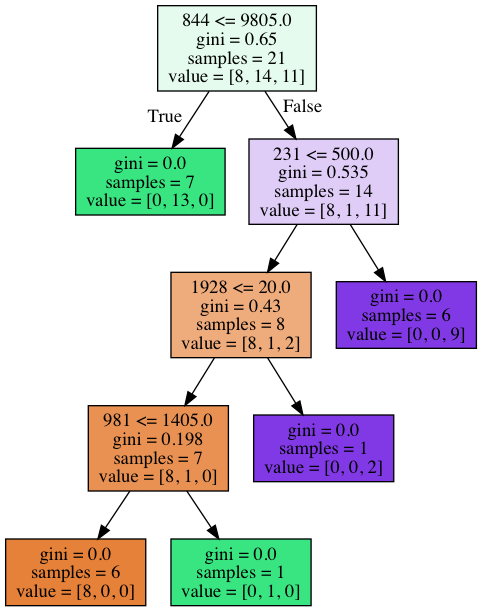
Above: analysis/ec2/1_outputs/rf_trees/tree_8.png in swkang73/ecig (Graphviz), before the change. Its source is kept beside it as analysis/ec2/1_outputs/rf_trees/tree_8.dot. Its diagram source:
```dot
digraph Tree {
node [shape=box, style="filled", color="black"] ;
0 [label="844 <= 9805.0\ngini = 0.65\nsamples = 21\nvalue = [8, 14, 11]", fillcolor="#39e58123"] ;
1 [label="gini = 0.0\nsamples = 7\nvalue = [0, 13, 0]", fillcolor="#39e581ff"] ;
0 -> 1 [labeldistance=2.5, labelangle=45, headlabel="True"] ;
2 [label="231 <= 500.0\ngini = 0.535\nsamples = 14\nvalue = [8, 1, 11]", fillcolor="#8139e540"] ;
0 -> 2 [labeldistance=2.5, labelangle=-45, headlabel="False"] ;
3 [label="1928 <= 20.0\ngini = 0.43\nsamples = 8\nvalue = [8, 1, 2]", fillcolor="#e58139aa"] ;
2 -> 3 ;
4 [label="981 <= 1405.0\ngini = 0.198\nsamples = 7\nvalue = [8, 1, 0]", fillcolor="#e58139df"] ;
3 -> 4 ;
5 [label="gini = 0.0\nsamples = 6\nvalue = [8, 0, 0]", fillcolor="#e58139ff"] ;
4 -> 5 ;
6 [label="gini = 0.0\nsamples = 1\nvalue = [0, 1, 0]", fillcolor="#39e581ff"] ;
4 -> 6 ;
7 [label="gini = 0.0\nsamples = 1\nvalue = [0, 0, 2]", fillcolor="#8139e5ff"] ;
3 -> 7 ;
8 [label="gini = 0.0\nsamples = 6\nvalue = [0, 0, 9]", fillcolor="#8139e5ff"] ;
2 -> 8 ;
}
```
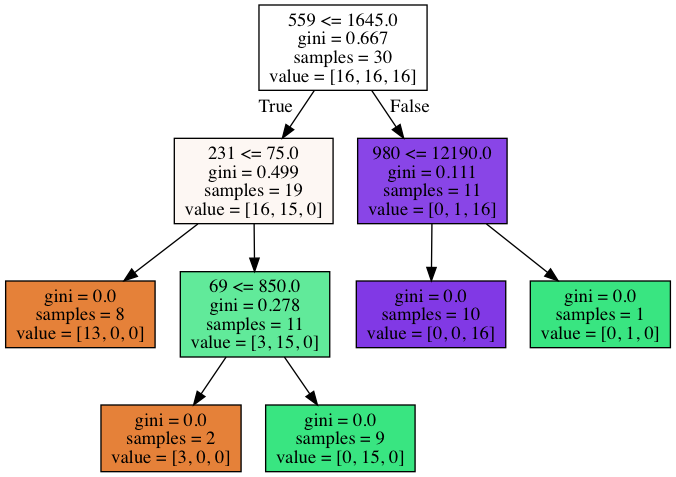
The same diagram one commit later.

Diff of the diagram source:
```diff
@@ -1,20 +1,20 @@
 digraph Tree {
 node [shape=box, style="filled", color="black"] ;
-0 [label="844 <= 9805.0\ngini = 0.65\nsamples = 21\nvalue = [8, 14, 11]", fillcolor="#39e58123"] ;
-1 [label="gini = 0.0\nsamples = 7\nvalue = [0, 13, 0]", fillcolor="#39e581ff"] ;
+0 [label="559 <= 1645.0\ngini = 0.667\nsamples = 30\nvalue = [16, 16, 16]", fillcolor="#e5813900"] ;
+1 [label="231 <= 75.0\ngini = 0.499\nsamples = 19\nvalue = [16, 15, 0]", fillcolor="#e5813910"] ;
 0 -> 1 [labeldistance=2.5, labelangle=45, headlabel="True"] ;
-2 [label="231 <= 500.0\ngini = 0.535\nsamples = 14\nvalue = [8, 1, 11]", fillcolor="#8139e540"] ;
-0 -> 2 [labeldistance=2.5, labelangle=-45, headlabel="False"] ;
-3 [label="1928 <= 20.0\ngini = 0.43\nsamples = 8\nvalue = [8, 1, 2]", fillcolor="#e58139aa"] ;
-2 -> 3 ;
-4 [label="981 <= 1405.0\ngini = 0.198\nsamples = 7\nvalue = [8, 1, 0]", fillcolor="#e58139df"] ;
+2 [label="gini = 0.0\nsamples = 8\nvalue = [13, 0, 0]", fillcolor="#e58139ff"] ;
+1 -> 2 ;
+3 [label="69 <= 850.0\ngini = 0.278\nsamples = 11\nvalue = [3, 15, 0]", fillcolor="#39e581cc"] ;
+1 -> 3 ;
+4 [label="gini = 0.0\nsamples = 2\nvalue = [3, 0, 0]", fillcolor="#e58139ff"] ;
 3 -> 4 ;
-5 [label="gini = 0.0\nsamples = 6\nvalue = [8, 0, 0]", fillcolor="#e58139ff"] ;
-4 -> 5 ;
-6 [label="gini = 0.0\nsamples = 1\nvalue = [0, 1, 0]", fillcolor="#39e581ff"] ;
-4 -> 6 ;
-7 [label="gini = 0.0\nsamples = 1\nvalue = [0, 0, 2]", fillcolor="#8139e5ff"] ;
-3 -> 7 ;
-8 [label="gini = 0.0\nsamples = 6\nvalue = [0, 0, 9]", fillcolor="#8139e5ff"] ;
-2 -> 8 ;
+5 [label="gini = 0.0\nsamples = 9\nvalue = [0, 15, 0]", fillcolor="#39e581ff"] ;
+3 -> 5 ;
+6 [label="980 <= 12190.0\ngini = 0.111\nsamples = 11\nvalue = [0, 1, 16]", fillcolor="#8139e5ef"] ;
+0 -> 6 [labeldistance=2.5, labelangle=-45, headlabel="False"] ;
+7 [label="gini = 0.0\nsamples = 10\nvalue = [0, 0, 16]", fillcolor="#8139e5ff"] ;
+6 -> 7 ;
+8 [label="gini = 0.0\nsamples = 1\nvalue = [0, 1, 0]", fillcolor="#39e581ff"] ;
+6 -> 8 ;
 }
```
